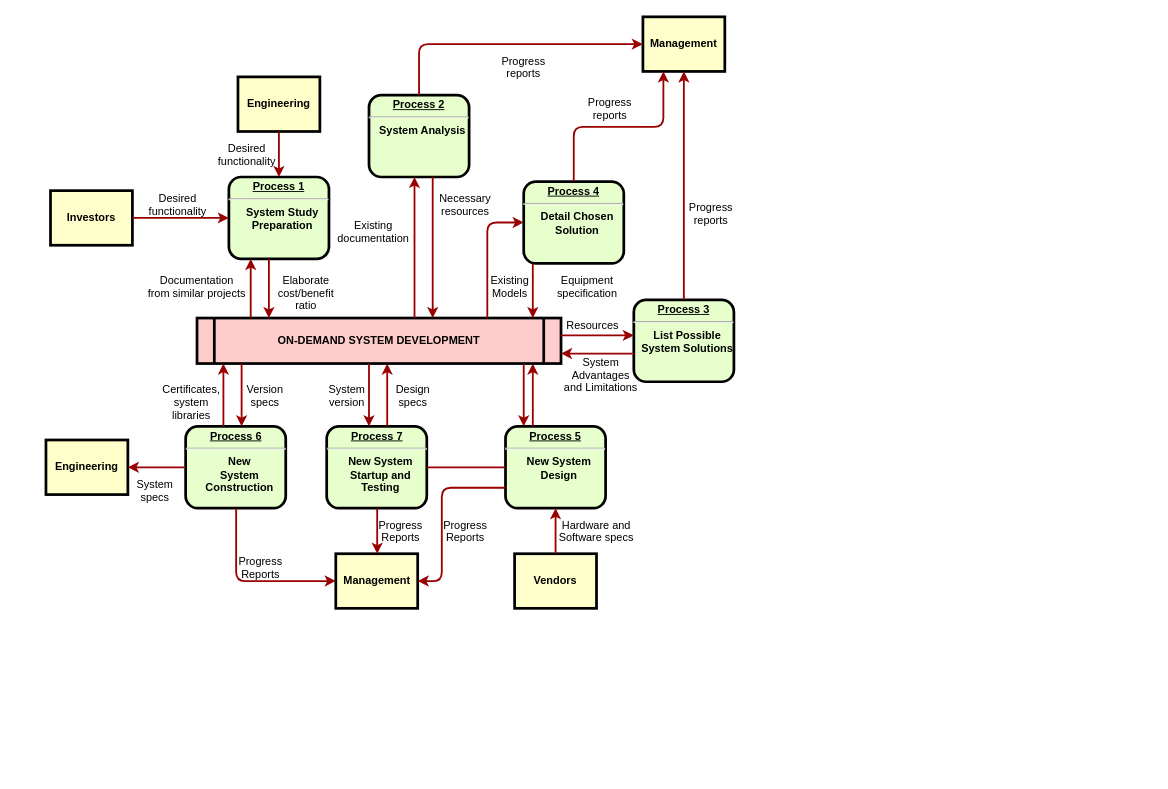
Earlier version of the draw.io diagram 제목 없는 다이어그램.drawio (stardom3645/wiki). Source tidied: cells renumbered, new cells numbered last; positions are measured from the earlier drawing's top-left corner, leaving out a move shared by most shapes. Both pictures are drawn from the tidied source at 91%, with x=0, y=0 at pixel (46, 16).
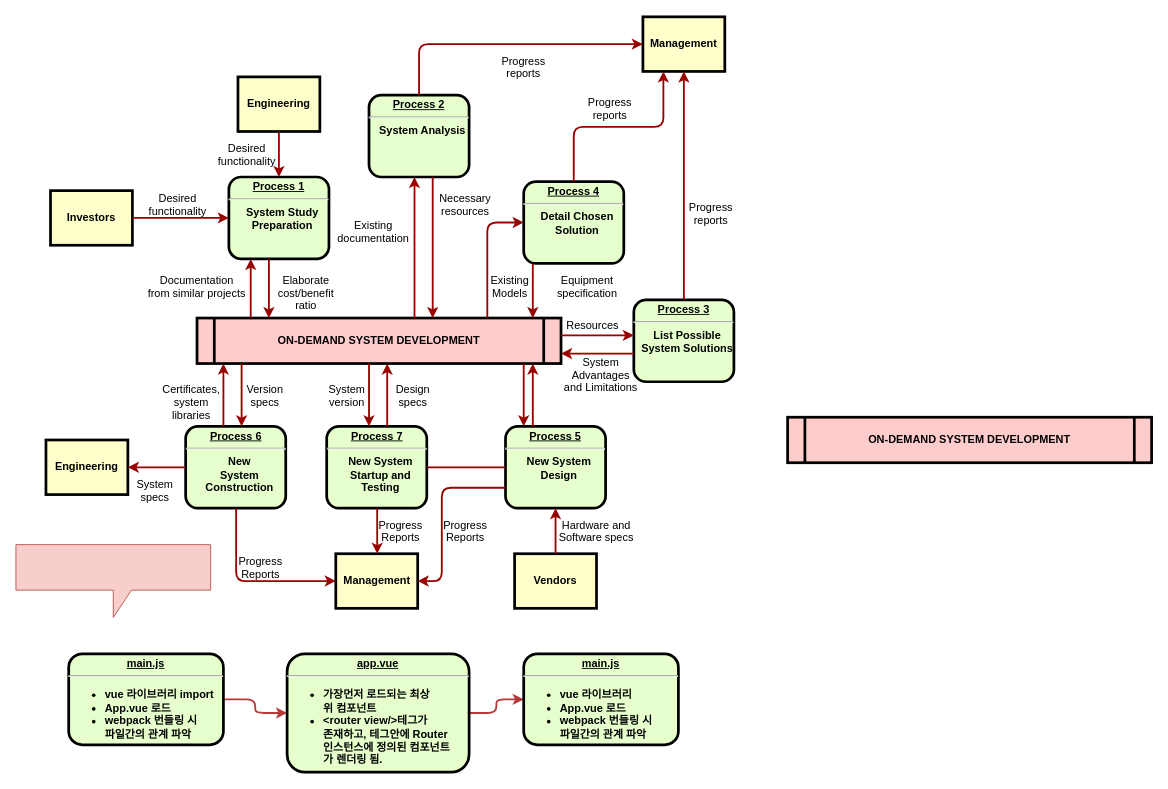
Above is the later version.

Commit message:
primate 다이어그램

The edit, as a diff of the source:
```diff
@@
+    <mxCell id="63" value="ON-DEMAND SYSTEM DEVELOPMENT" style="shape=process;whiteSpace=wrap;align=center;verticalAlign=middle;size=0.0475;fontStyle=1;strokeWidth=3;fillColor=#FFCCCC;" parent="1" vertex="1">
+      <mxGeometry x="815" y="440" width="400" height="50" as="geometry" />
+    </mxCell>
+    <mxCell id="64" style="shape=callout;whiteSpace=wrap;html=1;perimeter=calloutPerimeter;fillColor=#f8cecc;strokeColor=#b85450;" parent="1" vertex="1">
+      <mxGeometry x="-33" y="580" width="214" height="80" as="geometry" />
+    </mxCell>
+    <mxCell id="65" style="edgeStyle=orthogonalEdgeStyle;rounded=1;jettySize=auto;html=1;strokeColor=#B83939;strokeWidth=2;" parent="1" edge="1" source="66" target="68">
+      <mxGeometry relative="1" as="geometry" />
+    </mxCell>
+    <mxCell id="66" value="&lt;p style=&quot;margin: 0px ; margin-top: 4px ; text-align: center ; text-decoration: underline&quot;&gt;&lt;strong&gt;main.js&lt;/strong&gt;&lt;/p&gt;&lt;hr&gt;&lt;p style=&quot;margin: 0px ; margin-left: 8px&quot;&gt;&lt;/p&gt;&lt;ul&gt;&lt;li style=&quot;text-align: left&quot;&gt;vue 라이브러리 import&lt;/li&gt;&lt;li style=&quot;text-align: left&quot;&gt;App.vue 로드&lt;/li&gt;&lt;li style=&quot;text-align: left&quot;&gt;webpack 번들링 시&lt;br&gt;파일간의 관계 파악&lt;/li&gt;&lt;/ul&gt;&lt;p&gt;&lt;/p&gt;&lt;p style=&quot;margin: 0px ; margin-left: 8px&quot;&gt;&lt;br&gt;&lt;/p&gt;" style="verticalAlign=middle;align=center;overflow=fill;fontSize=12;fontFamily=Helvetica;html=1;rounded=1;fontStyle=1;strokeWidth=3;fillColor=#E6FFCC;" parent="1" vertex="1">
+      <mxGeometry x="25" y="700" width="170" height="100" as="geometry" />
+    </mxCell>
+    <mxCell id="67" style="edgeStyle=orthogonalEdgeStyle;rounded=1;jettySize=auto;html=1;strokeColor=#B83939;strokeWidth=2;" parent="1" edge="1" source="68" target="69">
+      <mxGeometry relative="1" as="geometry" />
+    </mxCell>
+    <mxCell id="68" value="&lt;p style=&quot;margin: 0px ; margin-top: 4px ; text-align: center ; text-decoration: underline&quot;&gt;app.vue&lt;/p&gt;&lt;hr&gt;&lt;p style=&quot;margin: 0px ; margin-left: 8px&quot;&gt;&lt;/p&gt;&lt;ul&gt;&lt;li style=&quot;text-align: left&quot;&gt;가장먼저 로드되는 최상&lt;br&gt;위 컴포넌트&lt;/li&gt;&lt;li style=&quot;text-align: left&quot;&gt;&amp;lt;router view/&amp;gt;테그가&lt;br&gt;존재하고, 테그안에 Router&lt;br&gt;인스턴스에 정의된 컴포넌트&lt;br&gt;가 렌더링 됨.&amp;nbsp;&lt;/li&gt;&lt;/ul&gt;" style="verticalAlign=middle;align=center;overflow=fill;fontSize=12;fontFamily=Helvetica;html=1;rounded=1;fontStyle=1;strokeWidth=3;fillColor=#E6FFCC;" parent="1" vertex="1">
+      <mxGeometry x="265" y="700" width="200" height="130" as="geometry" />
+    </mxCell>
+    <mxCell id="69" value="&lt;p style=&quot;margin: 0px ; margin-top: 4px ; text-align: center ; text-decoration: underline&quot;&gt;&lt;strong&gt;main.js&lt;/strong&gt;&lt;/p&gt;&lt;hr&gt;&lt;p style=&quot;margin: 0px ; margin-left: 8px&quot;&gt;&lt;ul&gt;&lt;li style=&quot;text-align: left&quot;&gt;vue 라이브러리&lt;/li&gt;&lt;li style=&quot;text-align: left&quot;&gt;App.vue 로드&lt;/li&gt;&lt;li style=&quot;text-align: left&quot;&gt;webpack 번들링 시&lt;br&gt;파일간의 관계 파악&lt;/li&gt;&lt;/ul&gt;&lt;/p&gt;&lt;p style=&quot;margin: 0px ; margin-left: 8px&quot;&gt;&lt;br&gt;&lt;/p&gt;" style="verticalAlign=middle;align=center;overflow=fill;fontSize=12;fontFamily=Helvetica;html=1;rounded=1;fontStyle=1;strokeWidth=3;fillColor=#E6FFCC;" parent="1" vertex="1">
+      <mxGeometry x="525" y="700" width="170" height="100" as="geometry" />
+    </mxCell>
```
